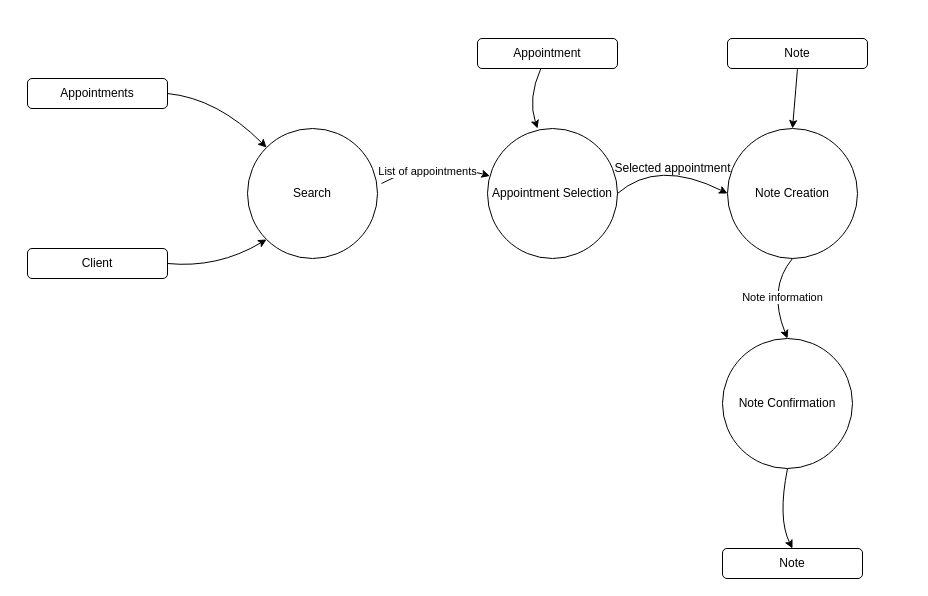
PavelSarlov/FMI-SRA keeps this draw.io diagram as homework/hw3/misc/Dataflow_SelfNotes.drawio. Above is the earlier version. Source tidied: cells renumbered, new cells numbered last; positions are measured from the earlier drawing's top-left corner, leaving out a move shared by most shapes. Both pictures are drawn from the tidied source at 100%, with x=0, y=0 at pixel (27, 38).
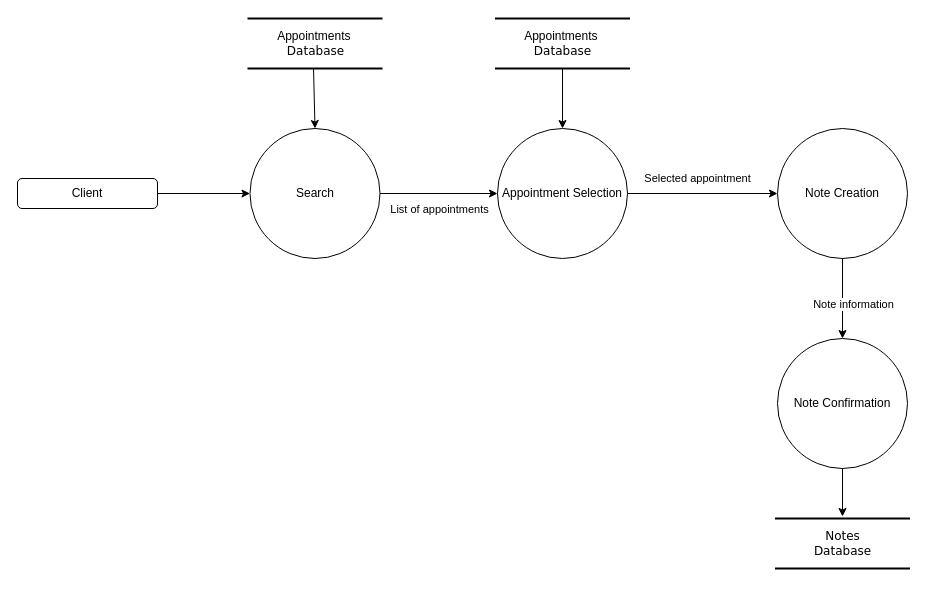
After the change.

Diff of the diagram source:
```diff
@@
-    <mxCell id="2" value="Appointments" style="rounded=1;whiteSpace=wrap;html=1;" parent="1" vertex="1">
-      <mxGeometry y="40" width="140" height="30" as="geometry" />
-    </mxCell>
     <mxCell id="3" value="Client" style="rounded=1;whiteSpace=wrap;html=1;" parent="1" vertex="1">
-      <mxGeometry y="210" width="140" height="30" as="geometry" />
+      <mxGeometry x="-10" y="140" width="140" height="30" as="geometry" />
     </mxCell>
     <mxCell id="4" value="Search" style="ellipse;whiteSpace=wrap;html=1;" parent="1" vertex="1">
-      <mxGeometry x="220" y="90" width="130" height="130" as="geometry" />
+      <mxGeometry x="222.5" y="90" width="130" height="130" as="geometry" />
     </mxCell>
-    <mxCell id="5" style="curved=1;endArrow=classic;html=1;rounded=0;exitX=1;exitY=0.5;exitDx=0;exitDy=0;" parent="1" edge="1" source="2" target="4">
-      <mxGeometry relative="1" as="geometry">
-        <Array as="points">
-          <mxPoint x="190" y="60" />
-        </Array>
-      </mxGeometry>
+    <mxCell id="5" style="endArrow=classic;html=1;rounded=0;exitX=0.489;exitY=0.98;exitDx=0;exitDy=0;exitPerimeter=0;entryX=0.5;entryY=0;entryDx=0;entryDy=0;" parent="1" edge="1" source="22" target="4">
+      <mxGeometry relative="1" as="geometry" />
     </mxCell>
-    <mxCell id="6" style="curved=1;endArrow=classic;html=1;rounded=0;entryX=0;entryY=1;entryDx=0;entryDy=0;exitX=1;exitY=0.5;exitDx=0;exitDy=0;" parent="1" edge="1" source="3" target="4">
-      <mxGeometry relative="1" as="geometry">
-        <Array as="points">
-          <mxPoint x="190" y="230" />
-        </Array>
-      </mxGeometry>
+    <mxCell id="6" style="endArrow=classic;html=1;rounded=0;entryX=0;entryY=0.5;entryDx=0;entryDy=0;exitX=1;exitY=0.5;exitDx=0;exitDy=0;" parent="1" edge="1" source="3" target="4">
+      <mxGeometry relative="1" as="geometry" />
     </mxCell>
     <mxCell id="7" value="Appointment Selection" style="ellipse;whiteSpace=wrap;html=1;" parent="1" vertex="1">
-      <mxGeometry x="460" y="90" width="130" height="130" as="geometry" />
+      <mxGeometry x="470" y="90" width="130" height="130" as="geometry" />
     </mxCell>
-    <mxCell id="8" style="curved=1;endArrow=classic;html=1;rounded=0;exitX=1.031;exitY=0.423;exitDx=0;exitDy=0;exitPerimeter=0;" parent="1" edge="1" source="4" target="7">
-      <mxGeometry relative="1" as="geometry">
-        <Array as="points">
-          <mxPoint x="400" y="120" />
-        </Array>
-      </mxGeometry>
+    <mxCell id="8" style="endArrow=classic;html=1;rounded=0;exitX=1;exitY=0.5;exitDx=0;exitDy=0;entryX=0;entryY=0.5;entryDx=0;entryDy=0;" parent="1" edge="1" source="4" target="7">
+      <mxGeometry relative="1" as="geometry" />
     </mxCell>
     <mxCell id="9" value="List of appointments" style="edgeLabel;html=1;align=center;verticalAlign=middle;" parent="8" vertex="1">
       <mxGeometry x="-0.24" y="-10" relative="1" as="geometry">
-        <mxPoint x="1" as="offset" />
+        <mxPoint x="14" y="5" as="offset" />
       </mxGeometry>
     </mxCell>
     <mxCell id="10" value="Note Creation" style="ellipse;whiteSpace=wrap;html=1;" parent="1" vertex="1">
-      <mxGeometry x="700" y="90" width="130" height="130" as="geometry" />
+      <mxGeometry x="750" y="90" width="130" height="130" as="geometry" />
     </mxCell>
-    <mxCell id="11" style="curved=1;endArrow=classic;html=1;rounded=0;exitX=1;exitY=0.5;exitDx=0;exitDy=0;entryX=0;entryY=0.5;entryDx=0;entryDy=0;" parent="1" edge="1" source="7" target="10">
-      <mxGeometry relative="1" as="geometry">
-        <Array as="points">
-          <mxPoint x="630" y="120" />
-        </Array>
-      </mxGeometry>
+    <mxCell id="11" style="endArrow=classic;html=1;rounded=0;exitX=1;exitY=0.5;exitDx=0;exitDy=0;entryX=0;entryY=0.5;entryDx=0;entryDy=0;" parent="1" edge="1" source="7" target="10">
+      <mxGeometry relative="1" as="geometry" />
     </mxCell>
-    <mxCell id="12" value="Note" style="rounded=1;whiteSpace=wrap;html=1;" parent="1" vertex="1">
-      <mxGeometry x="695" y="510" width="140" height="30" as="geometry" />
-    </mxCell>
-    <mxCell id="13" value="Selected appointment" style="text;html=1;align=center;verticalAlign=middle;strokeColor=none;fillColor=none;" parent="1" vertex="1">
-      <mxGeometry x="580" y="120" width="130" height="20" as="geometry" />
+    <mxCell id="13" value="&lt;font style=&quot;font-size: 11px;&quot;&gt;Selected appointment&lt;/font&gt;" style="text;html=1;align=center;verticalAlign=middle;strokeColor=none;fillColor=none;" parent="1" vertex="1">
+      <mxGeometry x="610" y="130" width="120" height="20" as="geometry" />
     </mxCell>
     <mxCell id="14" value="Note Confirmation" style="ellipse;whiteSpace=wrap;html=1;" parent="1" vertex="1">
-      <mxGeometry x="695" y="300" width="130" height="130" as="geometry" />
+      <mxGeometry x="750" y="300" width="130" height="130" as="geometry" />
     </mxCell>
-    <mxCell id="15" style="curved=1;endArrow=classic;html=1;rounded=0;exitX=0.5;exitY=1;exitDx=0;exitDy=0;entryX=0.5;entryY=0;entryDx=0;entryDy=0;" parent="1" edge="1" source="10" target="14">
-      <mxGeometry relative="1" as="geometry">
-        <Array as="points">
-          <mxPoint x="740" y="250" />
-        </Array>
-      </mxGeometry>
+    <mxCell id="15" style="endArrow=classic;html=1;rounded=0;exitX=0.5;exitY=1;exitDx=0;exitDy=0;entryX=0.5;entryY=0;entryDx=0;entryDy=0;" parent="1" edge="1" source="10" target="14">
+      <mxGeometry relative="1" as="geometry" />
     </mxCell>
@@
-    <mxCell id="17" value="Note" style="rounded=1;whiteSpace=wrap;html=1;" parent="1" vertex="1">
-      <mxGeometry x="700" width="140" height="30" as="geometry" />
-    </mxCell>
-    <mxCell id="18" style="curved=1;endArrow=classic;html=1;rounded=0;exitX=0.5;exitY=1;exitDx=0;exitDy=0;entryX=0.5;entryY=0;entryDx=0;entryDy=0;" parent="1" edge="1" source="17" target="10">
-      <mxGeometry relative="1" as="geometry" />
-    </mxCell>
-    <mxCell id="19" style="curved=1;endArrow=classic;html=1;rounded=0;exitX=0.5;exitY=1;exitDx=0;exitDy=0;entryX=0.5;entryY=0;entryDx=0;entryDy=0;" parent="1" edge="1" source="14" target="12">
-      <mxGeometry relative="1" as="geometry">
-        <Array as="points">
-          <mxPoint x="750" y="480" />
-        </Array>
-      </mxGeometry>
+    <mxCell id="19" style="endArrow=classic;html=1;rounded=0;exitX=0.5;exitY=1;exitDx=0;exitDy=0;entryX=0.5;entryY=-0.04;entryDx=0;entryDy=0;entryPerimeter=0;" parent="1" edge="1" source="14" target="24">
+      <mxGeometry relative="1" as="geometry" />
     </mxCell>
-    <mxCell id="20" value="Appointment" style="rounded=1;whiteSpace=wrap;html=1;" parent="1" vertex="1">
-      <mxGeometry x="450" width="140" height="30" as="geometry" />
-    </mxCell>
-    <mxCell id="21" style="curved=1;endArrow=classic;html=1;rounded=0;" parent="1" edge="1" source="20">
-      <mxGeometry relative="1" as="geometry">
-        <mxPoint x="510" y="90" as="targetPoint" />
-        <Array as="points">
-          <mxPoint x="500" y="60" />
-        </Array>
-      </mxGeometry>
+    <mxCell id="21" style="endArrow=classic;html=1;rounded=0;exitX=0.5;exitY=1;exitDx=0;exitDy=0;exitPerimeter=0;entryX=0.5;entryY=0;entryDx=0;entryDy=0;" parent="1" edge="1" source="23" target="7">
+      <mxGeometry relative="1" as="geometry" />
     </mxCell>
+    <mxCell id="22" value="&lt;span style=&quot;font-family: Helvetica;&quot;&gt;Appointments&amp;nbsp;&lt;br&gt;&lt;/span&gt;Database" style="html=1;rounded=0;shadow=0;comic=0;labelBackgroundColor=none;strokeWidth=2;fontFamily=Verdana;fontSize=12;align=center;shape=mxgraph.ios7ui.horLines;" parent="1" vertex="1">
+      <mxGeometry x="220" y="-20" width="135" height="50" as="geometry" />
+    </mxCell>
+    <mxCell id="23" value="&lt;span style=&quot;font-family: Helvetica;&quot;&gt;Appointments&amp;nbsp;&lt;br&gt;&lt;/span&gt;Database" style="html=1;rounded=0;shadow=0;comic=0;labelBackgroundColor=none;strokeWidth=2;fontFamily=Verdana;fontSize=12;align=center;shape=mxgraph.ios7ui.horLines;" parent="1" vertex="1">
+      <mxGeometry x="467.5" y="-20" width="135" height="50" as="geometry" />
+    </mxCell>
+    <mxCell id="24" value="Notes &lt;br&gt;Database" style="html=1;rounded=0;shadow=0;comic=0;labelBackgroundColor=none;strokeWidth=2;fontFamily=Verdana;fontSize=12;align=center;shape=mxgraph.ios7ui.horLines;" parent="1" vertex="1">
+      <mxGeometry x="747.5" y="480" width="135" height="50" as="geometry" />
+    </mxCell>
```
